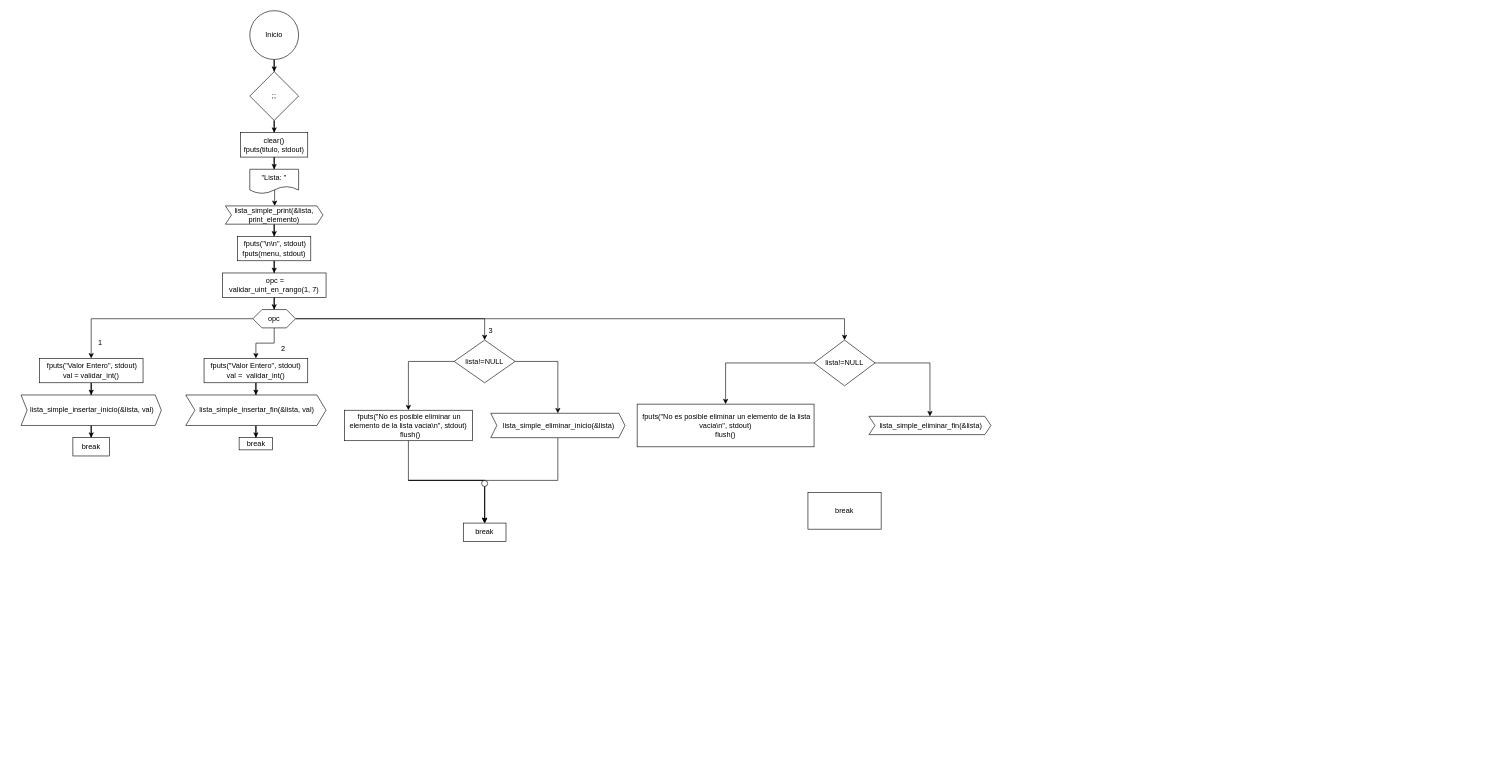
Before: fase1/tarea3/tarea3.drawio in AADavilaGonzalez/tareas_ED, a draw.io diagram. Source tidied: cells renumbered, new cells numbered last; positions are measured from the earlier drawing's top-left corner, leaving out a move shared by most shapes. Both pictures are drawn from the tidied source at 61%, with x=0, y=0 at pixel (21, 10).
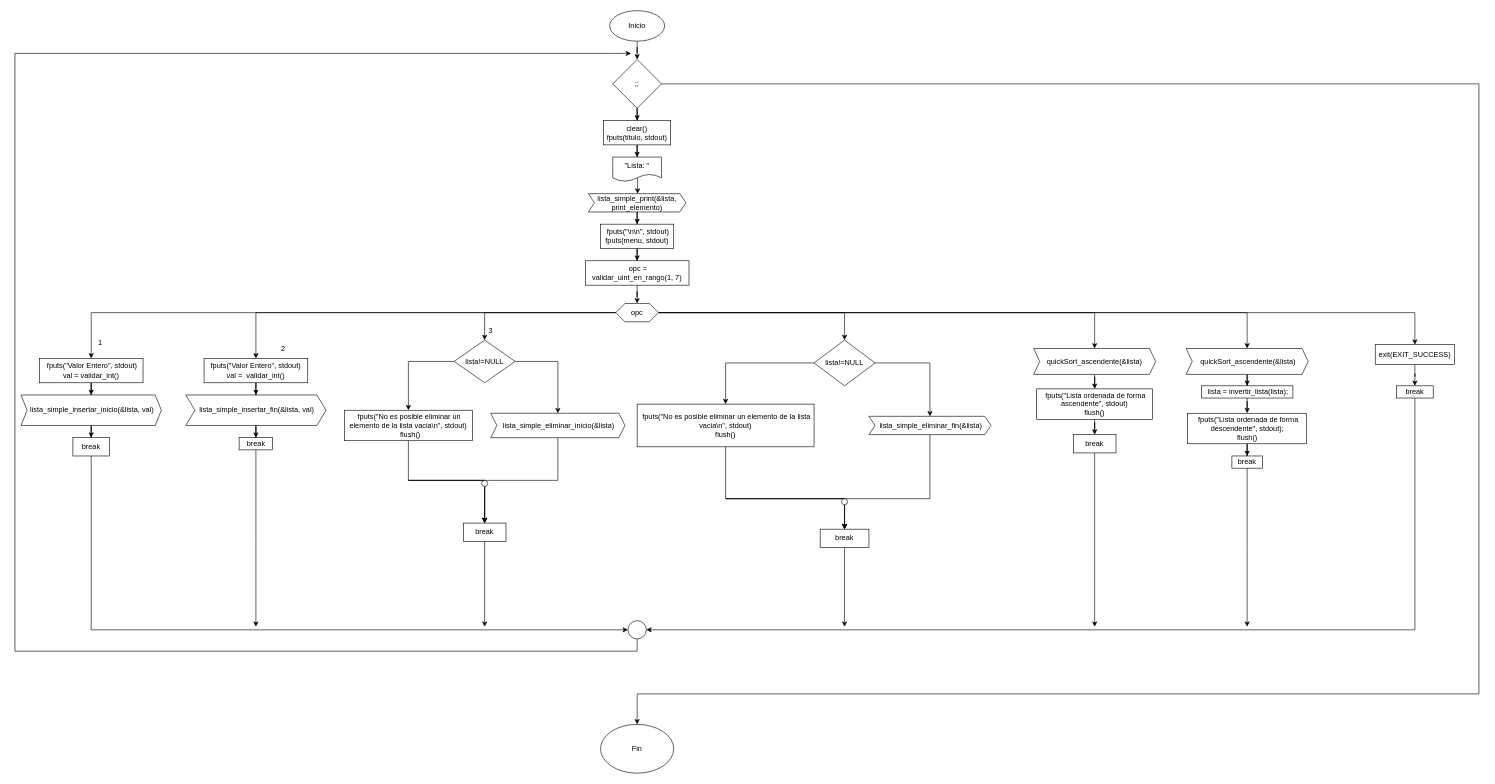
The same diagram, later.

Unchanged cells that the change refers to:
```xml
<mxCell id="25" value="break" style="rounded=0;whiteSpace=wrap;html=1;" parent="1" vertex="1">
  <mxGeometry x="85" y="700" width="60" height="30" as="geometry" />
</mxCell>
<mxCell id="30" value="break" style="rounded=0;whiteSpace=wrap;html=1;" parent="1" vertex="1">
  <mxGeometry x="357.5" y="700" width="55" height="20" as="geometry" />
</mxCell>
<mxCell id="38" value="break" style="rounded=0;whiteSpace=wrap;html=1;" parent="1" vertex="1">
  <mxGeometry x="725" y="840" width="70" height="30" as="geometry" />
</mxCell>
<mxCell id="46" value="&amp;nbsp;lista_simple_eliminar_fin(&amp;amp;lista)" style="shape=step;perimeter=stepPerimeter;whiteSpace=wrap;html=1;fixedSize=1;size=10;" parent="1" vertex="1">
  <mxGeometry x="1390" y="665" width="200" height="30" as="geometry" />
</mxCell>
<mxCell id="47" value="&lt;div&gt;&amp;nbsp;fputs(&quot;No es posible eliminar un elemento&lt;span style=&quot;background-color: transparent; color: light-dark(rgb(0, 0, 0), rgb(255, 255, 255));&quot;&gt;&amp;nbsp;de la lista vacia\n&quot;, stdout)&lt;/span&gt;&lt;/div&gt;&lt;div&gt;flush()&lt;/div&gt;" style="rounded=0;whiteSpace=wrap;html=1;" parent="1" vertex="1">
  <mxGeometry x="1010" y="645" width="290" height="70" as="geometry" />
</mxCell>
```

What changed in the source:
```diff
@@
-    <mxCell id="2" style="edgeStyle=orthogonalEdgeStyle;rounded=0;jettySize=auto;html=1;" parent="1" edge="1" source="3" target="5">
-      <mxGeometry relative="1" as="geometry" />
-    </mxCell>
-    <mxCell id="3" value="Inicio" style="ellipse;whiteSpace=wrap;html=1;" parent="1" vertex="1">
-      <mxGeometry x="375" width="80" height="80" as="geometry" />
-    </mxCell>
@@
+    <mxCell id="50" style="edgeStyle=orthogonalEdgeStyle;rounded=0;jettySize=auto;html=1;entryX=0.5;entryY=0;entryDx=0;entryDy=0;" parent="1" edge="1" source="5" target="82">
+      <mxGeometry relative="1" as="geometry">
+        <Array as="points">
+          <mxPoint x="2390" y="120" />
+          <mxPoint x="2390" y="1120" />
+          <mxPoint x="1010" y="1120" />
+        </Array>
+      </mxGeometry>
+    </mxCell>
     <mxCell id="5" value=";;" style="rhombus;whiteSpace=wrap;html=1;" parent="1" vertex="1">
-      <mxGeometry x="375" y="100" width="80" height="80" as="geometry" />
+      <mxGeometry x="970" y="80" width="80" height="80" as="geometry" />
     </mxCell>
@@
     <mxCell id="7" value="clear()&lt;div&gt;fputs(titulo, stdout)&lt;/div&gt;" style="rounded=0;whiteSpace=wrap;html=1;" parent="1" vertex="1">
-      <mxGeometry x="360" y="200" width="110" height="40" as="geometry" />
+      <mxGeometry x="955" y="180" width="110" height="40" as="geometry" />
     </mxCell>
@@
     <mxCell id="9" value="&quot;Lista: &quot;" style="shape=document;whiteSpace=wrap;html=1;boundedLbl=1;" parent="1" vertex="1">
-      <mxGeometry x="375" y="260" width="80" height="40" as="geometry" />
+      <mxGeometry x="970" y="240" width="80" height="40" as="geometry" />
     </mxCell>
@@
     <mxCell id="11" value="lista_simple_print(&amp;amp;lista, print_elemento)" style="shape=step;perimeter=stepPerimeter;whiteSpace=wrap;html=1;fixedSize=1;size=10;" parent="1" vertex="1">
-      <mxGeometry x="335" y="320" width="160" height="30" as="geometry" />
+      <mxGeometry x="930" y="300" width="160" height="30" as="geometry" />
     </mxCell>
@@
     <mxCell id="13" value="&amp;nbsp;fputs(&quot;\n\n&quot;, stdout) fputs(menu, stdout)" style="rounded=0;whiteSpace=wrap;html=1;" parent="1" vertex="1">
-      <mxGeometry x="355" y="370" width="120" height="40" as="geometry" />
+      <mxGeometry x="950" y="350" width="120" height="40" as="geometry" />
     </mxCell>
@@
     <mxCell id="15" value="&amp;nbsp;opc = validar_uint_en_rango(1, 7)" style="rounded=0;whiteSpace=wrap;html=1;" parent="1" vertex="1">
-      <mxGeometry x="330" y="430" width="170" height="40" as="geometry" />
+      <mxGeometry x="925" y="410" width="170" height="40" as="geometry" />
     </mxCell>
@@
+    <mxCell id="51" style="edgeStyle=orthogonalEdgeStyle;rounded=0;jettySize=auto;html=1;exitX=1;exitY=0.5;exitDx=0;exitDy=0;entryX=0.5;entryY=0;entryDx=0;entryDy=0;" parent="1" edge="1" source="20" target="63">
+      <mxGeometry relative="1" as="geometry" />
+    </mxCell>
+    <mxCell id="52" style="edgeStyle=orthogonalEdgeStyle;rounded=0;jettySize=auto;html=1;exitX=1;exitY=0.5;exitDx=0;exitDy=0;entryX=0.5;entryY=0;entryDx=0;entryDy=0;" parent="1" edge="1" source="20" target="69">
+      <mxGeometry relative="1" as="geometry" />
+    </mxCell>
+    <mxCell id="53" style="edgeStyle=orthogonalEdgeStyle;rounded=0;jettySize=auto;html=1;exitX=1;exitY=0.5;exitDx=0;exitDy=0;entryX=0.5;entryY=0;entryDx=0;entryDy=0;" parent="1" edge="1" source="20" target="77">
+      <mxGeometry relative="1" as="geometry" />
+    </mxCell>
     <mxCell id="20" value="&lt;div&gt;opc&lt;/div&gt;" style="shape=hexagon;perimeter=hexagonPerimeter2;whiteSpace=wrap;html=1;fixedSize=1;size=15;" parent="1" vertex="1">
-      <mxGeometry x="380" y="490" width="70" height="30" as="geometry" />
+      <mxGeometry x="975" y="480" width="70" height="30" as="geometry" />
     </mxCell>
@@
+    <mxCell id="54" style="edgeStyle=orthogonalEdgeStyle;rounded=0;jettySize=auto;html=1;entryX=0;entryY=0.5;entryDx=0;entryDy=0;" parent="1" edge="1" source="25" target="81">
+      <mxGeometry relative="1" as="geometry">
+        <Array as="points">
+          <mxPoint x="115" y="1015" />
+        </Array>
+      </mxGeometry>
+    </mxCell>
@@
+    <mxCell id="55" style="edgeStyle=orthogonalEdgeStyle;rounded=0;jettySize=auto;html=1;" parent="1" edge="1" source="30">
+      <mxGeometry relative="1" as="geometry">
+        <mxPoint x="385" y="1010" as="targetPoint" />
+      </mxGeometry>
+    </mxCell>
@@
+    <mxCell id="56" style="edgeStyle=orthogonalEdgeStyle;rounded=0;jettySize=auto;html=1;" parent="1" edge="1" source="38">
+      <mxGeometry relative="1" as="geometry">
+        <mxPoint x="760" y="1010" as="targetPoint" />
+      </mxGeometry>
+    </mxCell>
@@
+    <mxCell id="57" style="edgeStyle=orthogonalEdgeStyle;rounded=0;jettySize=auto;html=1;" parent="1" edge="1" source="46">
+      <mxGeometry relative="1" as="geometry">
+        <mxPoint x="1350" y="850" as="targetPoint" />
+        <Array as="points">
+          <mxPoint x="1490" y="800" />
+          <mxPoint x="1350" y="800" />
+        </Array>
+      </mxGeometry>
+    </mxCell>
@@
+    <mxCell id="58" style="edgeStyle=orthogonalEdgeStyle;rounded=0;jettySize=auto;html=1;" parent="1" edge="1" source="61" target="49">
+      <mxGeometry relative="1" as="geometry">
+        <Array as="points">
+          <mxPoint x="1155" y="800" />
+          <mxPoint x="1350" y="800" />
+        </Array>
+      </mxGeometry>
+    </mxCell>
@@
+    <mxCell id="59" style="edgeStyle=orthogonalEdgeStyle;rounded=0;jettySize=auto;html=1;" parent="1" edge="1" source="49">
+      <mxGeometry relative="1" as="geometry">
+        <mxPoint x="1350" y="1010" as="targetPoint" />
+      </mxGeometry>
+    </mxCell>
     <mxCell id="49" value="break" style="rounded=0;whiteSpace=wrap;html=1;" parent="1" vertex="1">
-      <mxGeometry x="1290" y="790" width="120" height="60" as="geometry" />
+      <mxGeometry x="1310" y="850" width="80" height="30" as="geometry" />
     </mxCell>
+    <mxCell id="60" style="edgeStyle=orthogonalEdgeStyle;rounded=0;jettySize=auto;html=1;entryX=0.5;entryY=0;entryDx=0;entryDy=0;" parent="1" edge="1" source="47" target="49">
+      <mxGeometry relative="1" as="geometry">
+        <Array as="points">
+          <mxPoint x="1155" y="800" />
+          <mxPoint x="1350" y="800" />
+        </Array>
+      </mxGeometry>
+    </mxCell>
+    <mxCell id="61" style="ellipse;whiteSpace=wrap;html=1;" parent="1" vertex="1">
+      <mxGeometry x="1345" y="800" width="10" height="10" as="geometry" />
+    </mxCell>
+    <mxCell id="62" style="edgeStyle=orthogonalEdgeStyle;rounded=0;jettySize=auto;html=1;" parent="1" edge="1" source="63" target="65">
+      <mxGeometry relative="1" as="geometry" />
+    </mxCell>
+    <mxCell id="63" value="quickSort_ascendente(&amp;amp;lista)" style="shape=step;perimeter=stepPerimeter;whiteSpace=wrap;html=1;fixedSize=1;size=10;" parent="1" vertex="1">
+      <mxGeometry x="1660" y="553.8" width="200" height="42.5" as="geometry" />
+    </mxCell>
+    <mxCell id="64" style="edgeStyle=orthogonalEdgeStyle;rounded=0;jettySize=auto;html=1;" parent="1" edge="1" source="65" target="67">
+      <mxGeometry relative="1" as="geometry" />
+    </mxCell>
+    <mxCell id="65" value="&amp;nbsp;fputs(&quot;Lista ordenada de forma ascendente&quot;, stdout)&lt;div&gt;flush()&lt;/div&gt;" style="rounded=0;whiteSpace=wrap;html=1;" parent="1" vertex="1">
+      <mxGeometry x="1665" y="620" width="190" height="50" as="geometry" />
+    </mxCell>
+    <mxCell id="66" style="edgeStyle=orthogonalEdgeStyle;rounded=0;jettySize=auto;html=1;" parent="1" edge="1" source="67">
+      <mxGeometry relative="1" as="geometry">
+        <mxPoint x="1760" y="1010" as="targetPoint" />
+      </mxGeometry>
+    </mxCell>
+    <mxCell id="67" value="break" style="rounded=0;whiteSpace=wrap;html=1;" parent="1" vertex="1">
+      <mxGeometry x="1725" y="695" width="70" height="30" as="geometry" />
+    </mxCell>
+    <mxCell id="68" style="edgeStyle=orthogonalEdgeStyle;rounded=0;jettySize=auto;html=1;" parent="1" edge="1" source="69" target="71">
+      <mxGeometry relative="1" as="geometry" />
+    </mxCell>
+    <mxCell id="69" value="&amp;nbsp;quickSort_ascendente(&amp;amp;lista)" style="shape=step;perimeter=stepPerimeter;whiteSpace=wrap;html=1;fixedSize=1;size=10;" parent="1" vertex="1">
+      <mxGeometry x="1910" y="553.8" width="200" height="42.5" as="geometry" />
+    </mxCell>
+    <mxCell id="70" style="edgeStyle=orthogonalEdgeStyle;rounded=0;jettySize=auto;html=1;" parent="1" edge="1" source="71" target="73">
+      <mxGeometry relative="1" as="geometry" />
+    </mxCell>
+    <mxCell id="71" value="&amp;nbsp;lista = invertir_lista(lista);" style="rounded=0;whiteSpace=wrap;html=1;" parent="1" vertex="1">
+      <mxGeometry x="1935" y="615" width="150" height="20" as="geometry" />
+    </mxCell>
+    <mxCell id="72" style="edgeStyle=orthogonalEdgeStyle;rounded=0;jettySize=auto;html=1;" parent="1" edge="1" source="73" target="75">
+      <mxGeometry relative="1" as="geometry" />
+    </mxCell>
+    <mxCell id="73" value="&amp;nbsp;fputs(&quot;Lista ordenada de forma descendente&quot;, stdout);&lt;div&gt;flush()&lt;/div&gt;" style="rounded=0;whiteSpace=wrap;html=1;" parent="1" vertex="1">
+      <mxGeometry x="1912.5" y="660" width="195" height="50" as="geometry" />
+    </mxCell>
+    <mxCell id="74" style="edgeStyle=orthogonalEdgeStyle;rounded=0;jettySize=auto;html=1;" parent="1" edge="1" source="75">
+      <mxGeometry relative="1" as="geometry">
+        <mxPoint x="2010" y="1010" as="targetPoint" />
+      </mxGeometry>
+    </mxCell>
+    <mxCell id="75" value="break" style="rounded=0;whiteSpace=wrap;html=1;" parent="1" vertex="1">
+      <mxGeometry x="1985" y="730" width="50" height="20" as="geometry" />
+    </mxCell>
+    <mxCell id="76" style="edgeStyle=orthogonalEdgeStyle;rounded=0;jettySize=auto;html=1;" parent="1" edge="1" source="77" target="79">
+      <mxGeometry relative="1" as="geometry" />
+    </mxCell>
+    <mxCell id="77" value="exit(EXIT_SUCCESS)" style="rounded=0;whiteSpace=wrap;html=1;" parent="1" vertex="1">
+      <mxGeometry x="2220" y="547.5" width="130" height="32.5" as="geometry" />
+    </mxCell>
+    <mxCell id="78" style="edgeStyle=orthogonalEdgeStyle;rounded=0;jettySize=auto;html=1;entryX=1;entryY=0.5;entryDx=0;entryDy=0;" parent="1" edge="1" source="79" target="81">
+      <mxGeometry relative="1" as="geometry">
+        <Array as="points">
+          <mxPoint x="2285" y="1015" />
+        </Array>
+      </mxGeometry>
+    </mxCell>
+    <mxCell id="79" value="break" style="rounded=0;whiteSpace=wrap;html=1;" parent="1" vertex="1">
+      <mxGeometry x="2255" y="615" width="60" height="20" as="geometry" />
+    </mxCell>
+    <mxCell id="80" style="edgeStyle=orthogonalEdgeStyle;rounded=0;jettySize=auto;html=1;exitX=0.5;exitY=1;exitDx=0;exitDy=0;" parent="1" edge="1" source="81">
+      <mxGeometry relative="1" as="geometry">
+        <mxPoint x="1000" y="70" as="targetPoint" />
+        <Array as="points">
+          <mxPoint x="1010" y="1050" />
+          <mxPoint x="-10" y="1050" />
+          <mxPoint x="-10" y="70" />
+          <mxPoint x="970" y="70" />
+        </Array>
+      </mxGeometry>
+    </mxCell>
+    <mxCell id="81" style="ellipse;whiteSpace=wrap;html=1;" parent="1" vertex="1">
+      <mxGeometry x="995" y="1000" width="30" height="30" as="geometry" />
+    </mxCell>
+    <mxCell id="82" value="Fin" style="ellipse;whiteSpace=wrap;html=1;" parent="1" vertex="1">
+      <mxGeometry x="950" y="1170" width="120" height="80" as="geometry" />
+    </mxCell>
+    <mxCell id="2" style="edgeStyle=orthogonalEdgeStyle;rounded=0;jettySize=auto;html=1;" parent="1" edge="1" source="3" target="5">
+      <mxGeometry relative="1" as="geometry" />
+    </mxCell>
+    <mxCell id="3" value="Inicio" style="ellipse;whiteSpace=wrap;html=1;" parent="1" vertex="1">
+      <mxGeometry x="965" width="90" height="50" as="geometry" />
+    </mxCell>
```
